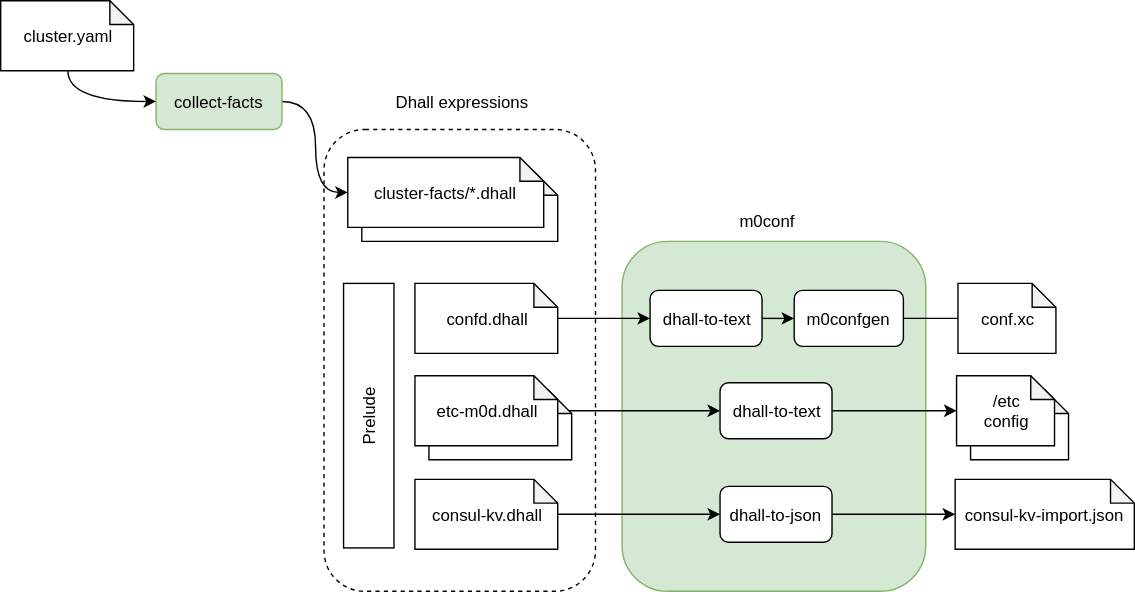
Earlier version of the draw.io export rfc/3/m0conf.svg (Seagate/cortx-hare). Source tidied: cells renumbered, new cells last; positions are measured from the earlier drawing's top-left corner, leaving out a move shared by most shapes. Source of this version:
```xml
<mxGraphModel>
  <root>
    <mxCell id="0" />
    <mxCell id="1" parent="0" />
    <mxCell id="2" value="/etc&lt;br&gt;config&lt;br&gt;" style="shape=note;whiteSpace=wrap;html=1;backgroundOutline=1;darkOpacity=0.05;size=17;" parent="1" vertex="1">
      <mxGeometry x="693" y="278" width="70" height="50" as="geometry" />
    </mxCell>
    <mxCell id="3" style="rounded=1;whiteSpace=wrap;html=1;fillColor=#d5e8d4;strokeColor=#82b366;" parent="1" vertex="1">
      <mxGeometry x="444" y="172" width="217" height="250" as="geometry" />
    </mxCell>
    <mxCell id="4" style="rounded=1;whiteSpace=wrap;html=1;dashed=1;" parent="1" vertex="1">
      <mxGeometry x="231" y="92" width="194" height="330" as="geometry" />
    </mxCell>
    <mxCell id="5" value="cluster-facts/*.dhall" style="shape=note;whiteSpace=wrap;html=1;backgroundOutline=1;darkOpacity=0.05;size=17;" parent="1" vertex="1">
      <mxGeometry x="258" y="122" width="140" height="50" as="geometry" />
    </mxCell>
    <mxCell id="6" value="cluster-facts/*.dhall" style="shape=note;whiteSpace=wrap;html=1;backgroundOutline=1;darkOpacity=0.05;size=17;" parent="1" vertex="1">
      <mxGeometry x="248" y="112" width="140" height="50" as="geometry" />
    </mxCell>
    <mxCell id="7" style="edgeStyle=orthogonalEdgeStyle;rounded=0;jettySize=auto;html=1;" parent="1" edge="1" source="8" target="13">
      <mxGeometry relative="1" as="geometry" />
    </mxCell>
    <mxCell id="8" value="confd.dhall" style="shape=note;whiteSpace=wrap;html=1;backgroundOutline=1;darkOpacity=0.05;size=17;" parent="1" vertex="1">
      <mxGeometry x="296" y="202" width="102" height="50" as="geometry" />
    </mxCell>
    <mxCell id="9" style="edgeStyle=orthogonalEdgeStyle;rounded=0;jettySize=auto;html=1;entryX=0;entryY=0.5;entryDx=0;entryDy=0;" parent="1" edge="1" source="30" target="27">
      <mxGeometry relative="1" as="geometry" />
    </mxCell>
    <mxCell id="10" style="edgeStyle=orthogonalEdgeStyle;curved=1;jettySize=auto;html=1;entryX=0;entryY=0.5;entryDx=0;entryDy=0;" parent="1" edge="1" source="11" target="28">
      <mxGeometry relative="1" as="geometry" />
    </mxCell>
    <mxCell id="11" value="consul-kv.dhall" style="shape=note;whiteSpace=wrap;html=1;backgroundOutline=1;darkOpacity=0.05;size=17;" parent="1" vertex="1">
      <mxGeometry x="296" y="342" width="102" height="50" as="geometry" />
    </mxCell>
    <mxCell id="12" style="edgeStyle=orthogonalEdgeStyle;rounded=0;jettySize=auto;html=1;exitX=1;exitY=0.5;exitDx=0;exitDy=0;entryX=0;entryY=0.5;entryDx=0;entryDy=0;" parent="1" edge="1" source="13" target="17">
      <mxGeometry relative="1" as="geometry" />
    </mxCell>
    <mxCell id="13" value="dhall-to-text" style="rounded=1;whiteSpace=wrap;html=1;" parent="1" vertex="1">
      <mxGeometry x="464" y="207" width="80" height="40" as="geometry" />
    </mxCell>
    <mxCell id="14" style="edgeStyle=orthogonalEdgeStyle;rounded=0;jettySize=auto;html=1;exitX=1;exitY=0.5;exitDx=0;exitDy=0;entryX=0;entryY=0.5;entryDx=0;entryDy=0;entryPerimeter=0;" parent="1" edge="1" source="27" target="25">
      <mxGeometry relative="1" as="geometry" />
    </mxCell>
    <mxCell id="15" style="edgeStyle=orthogonalEdgeStyle;rounded=0;jettySize=auto;html=1;exitX=1;exitY=0.5;exitDx=0;exitDy=0;entryX=0;entryY=0.5;entryDx=0;entryDy=0;entryPerimeter=0;" parent="1" edge="1" source="28" target="26">
      <mxGeometry relative="1" as="geometry" />
    </mxCell>
    <mxCell id="16" style="edgeStyle=orthogonalEdgeStyle;rounded=0;jettySize=auto;html=1;" parent="1" edge="1" source="17">
      <mxGeometry relative="1" as="geometry">
        <mxPoint x="738" y="227" as="targetPoint" />
      </mxGeometry>
    </mxCell>
    <mxCell id="17" value="m0confgen" style="rounded=1;whiteSpace=wrap;html=1;fontStyle=0;" parent="1" vertex="1">
      <mxGeometry x="567" y="207" width="78" height="40" as="geometry" />
    </mxCell>
    <mxCell id="18" style="edgeStyle=orthogonalEdgeStyle;curved=1;jettySize=auto;html=1;exitX=1;exitY=0.5;exitDx=0;exitDy=0;entryX=0;entryY=0.5;entryDx=0;entryDy=0;entryPerimeter=0;" parent="1" edge="1" source="19" target="6">
      <mxGeometry relative="1" as="geometry" />
    </mxCell>
    <mxCell id="19" value="collect-facts" style="rounded=1;whiteSpace=wrap;html=1;fillColor=#d5e8d4;strokeColor=#82b366;fontStyle=0;" parent="1" vertex="1">
      <mxGeometry x="111" y="52" width="90" height="40" as="geometry" />
    </mxCell>
    <mxCell id="20" style="edgeStyle=orthogonalEdgeStyle;jettySize=auto;html=1;exitX=0.5;exitY=1;exitDx=0;exitDy=0;exitPerimeter=0;entryX=0;entryY=0.5;entryDx=0;entryDy=0;curved=1;" parent="1" edge="1" source="21" target="19">
      <mxGeometry relative="1" as="geometry" />
    </mxCell>
    <mxCell id="21" value="cluster.yaml" style="shape=note;whiteSpace=wrap;html=1;backgroundOutline=1;darkOpacity=0.05;size=17;" parent="1" vertex="1">
      <mxGeometry width="95" height="50" as="geometry" />
    </mxCell>
    <mxCell id="22" value="m0conf" style="text;html=1;strokeColor=none;fillColor=none;align=center;verticalAlign=middle;whiteSpace=wrap;rounded=0;fontStyle=0;" parent="1" vertex="1">
      <mxGeometry x="528" y="147" width="40" height="20" as="geometry" />
    </mxCell>
    <mxCell id="23" value="Dhall expressions" style="text;html=1;strokeColor=none;fillColor=none;align=center;verticalAlign=middle;whiteSpace=wrap;rounded=0;" parent="1" vertex="1">
      <mxGeometry x="276" y="62" width="106" height="20" as="geometry" />
    </mxCell>
    <mxCell id="24" value="conf.xc" style="shape=note;whiteSpace=wrap;html=1;backgroundOutline=1;darkOpacity=0.05;size=17;" parent="1" vertex="1">
      <mxGeometry x="684" y="202" width="70" height="50" as="geometry" />
    </mxCell>
    <mxCell id="25" value="/etc&lt;br&gt;config&lt;br&gt;" style="shape=note;whiteSpace=wrap;html=1;backgroundOutline=1;darkOpacity=0.05;size=17;" parent="1" vertex="1">
      <mxGeometry x="683" y="268" width="70" height="50" as="geometry" />
    </mxCell>
    <mxCell id="26" value="consul-kv-import.json" style="shape=note;whiteSpace=wrap;html=1;backgroundOutline=1;darkOpacity=0.05;size=17;" parent="1" vertex="1">
      <mxGeometry x="682" y="342" width="128" height="50" as="geometry" />
    </mxCell>
    <mxCell id="27" value="dhall-to-text" style="rounded=1;whiteSpace=wrap;html=1;" parent="1" vertex="1">
      <mxGeometry x="514" y="273" width="80" height="40" as="geometry" />
    </mxCell>
    <mxCell id="28" value="dhall-to-json" style="rounded=1;whiteSpace=wrap;html=1;" parent="1" vertex="1">
      <mxGeometry x="514" y="347" width="80" height="40" as="geometry" />
    </mxCell>
    <mxCell id="29" value="etc-m0d.dhall" style="shape=note;whiteSpace=wrap;html=1;backgroundOutline=1;darkOpacity=0.05;size=17;" parent="1" vertex="1">
      <mxGeometry x="306" y="278" width="102" height="50" as="geometry" />
    </mxCell>
    <mxCell id="30" value="etc-m0d.dhall" style="shape=note;whiteSpace=wrap;html=1;backgroundOutline=1;darkOpacity=0.05;size=17;" parent="1" vertex="1">
      <mxGeometry x="296" y="268" width="102" height="50" as="geometry" />
    </mxCell>
    <mxCell id="31" style="rounded=0;whiteSpace=wrap;html=1;" parent="1" vertex="1">
      <mxGeometry x="245" y="202" width="36" height="189" as="geometry" />
    </mxCell>
    <mxCell id="32" value="Prelude" style="text;html=1;strokeColor=none;fillColor=none;align=center;verticalAlign=middle;whiteSpace=wrap;rounded=0;rotation=-90;" parent="1" vertex="1">
      <mxGeometry x="243" y="287" width="40" height="20" as="geometry" />
    </mxCell>
  </root>
</mxGraphModel>
```
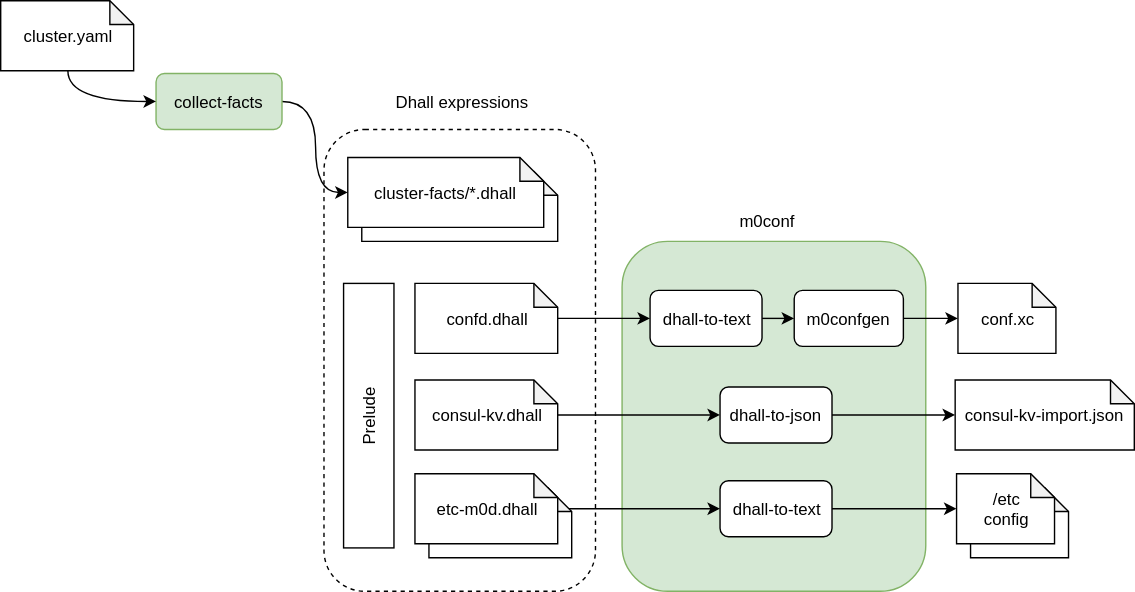
The same diagram one commit later.

Diff of the diagram source:
```diff
@@ -3,7 +3,7 @@
     <mxCell id="0" />
     <mxCell id="1" parent="0" />
     <mxCell id="2" value="/etc&lt;br&gt;config&lt;br&gt;" style="shape=note;whiteSpace=wrap;html=1;backgroundOutline=1;darkOpacity=0.05;size=17;" parent="1" vertex="1">
-      <mxGeometry x="693" y="278" width="70" height="50" as="geometry" />
+      <mxGeometry x="693" y="348" width="70" height="50" as="geometry" />
     </mxCell>
     <mxCell id="3" style="rounded=1;whiteSpace=wrap;html=1;fillColor=#d5e8d4;strokeColor=#82b366;" parent="1" vertex="1">
       <mxGeometry x="444" y="172" width="217" height="250" as="geometry" />
@@ -30,7 +30,7 @@
       <mxGeometry relative="1" as="geometry" />
     </mxCell>
     <mxCell id="11" value="consul-kv.dhall" style="shape=note;whiteSpace=wrap;html=1;backgroundOutline=1;darkOpacity=0.05;size=17;" parent="1" vertex="1">
-      <mxGeometry x="296" y="342" width="102" height="50" as="geometry" />
+      <mxGeometry x="296" y="271" width="102" height="50" as="geometry" />
     </mxCell>
     <mxCell id="12" style="edgeStyle=orthogonalEdgeStyle;rounded=0;jettySize=auto;html=1;exitX=1;exitY=0.5;exitDx=0;exitDy=0;entryX=0;entryY=0.5;entryDx=0;entryDy=0;" parent="1" edge="1" source="13" target="17">
       <mxGeometry relative="1" as="geometry" />
@@ -44,10 +44,8 @@
     <mxCell id="15" style="edgeStyle=orthogonalEdgeStyle;rounded=0;jettySize=auto;html=1;exitX=1;exitY=0.5;exitDx=0;exitDy=0;entryX=0;entryY=0.5;entryDx=0;entryDy=0;entryPerimeter=0;" parent="1" edge="1" source="28" target="26">
       <mxGeometry relative="1" as="geometry" />
     </mxCell>
-    <mxCell id="16" style="edgeStyle=orthogonalEdgeStyle;rounded=0;jettySize=auto;html=1;" parent="1" edge="1" source="17">
-      <mxGeometry relative="1" as="geometry">
-        <mxPoint x="738" y="227" as="targetPoint" />
-      </mxGeometry>
+    <mxCell id="16" style="edgeStyle=orthogonalEdgeStyle;rounded=0;jettySize=auto;html=1;entryX=0;entryY=0.5;entryDx=0;entryDy=0;entryPerimeter=0;" parent="1" edge="1" source="17" target="24">
+      <mxGeometry relative="1" as="geometry" />
     </mxCell>
     <mxCell id="17" value="m0confgen" style="rounded=1;whiteSpace=wrap;html=1;fontStyle=0;" parent="1" vertex="1">
       <mxGeometry x="567" y="207" width="78" height="40" as="geometry" />
@@ -74,22 +72,22 @@
       <mxGeometry x="684" y="202" width="70" height="50" as="geometry" />
     </mxCell>
     <mxCell id="25" value="/etc&lt;br&gt;config&lt;br&gt;" style="shape=note;whiteSpace=wrap;html=1;backgroundOutline=1;darkOpacity=0.05;size=17;" parent="1" vertex="1">
-      <mxGeometry x="683" y="268" width="70" height="50" as="geometry" />
+      <mxGeometry x="683" y="338" width="70" height="50" as="geometry" />
     </mxCell>
     <mxCell id="26" value="consul-kv-import.json" style="shape=note;whiteSpace=wrap;html=1;backgroundOutline=1;darkOpacity=0.05;size=17;" parent="1" vertex="1">
-      <mxGeometry x="682" y="342" width="128" height="50" as="geometry" />
+      <mxGeometry x="682" y="271" width="128" height="50" as="geometry" />
     </mxCell>
     <mxCell id="27" value="dhall-to-text" style="rounded=1;whiteSpace=wrap;html=1;" parent="1" vertex="1">
-      <mxGeometry x="514" y="273" width="80" height="40" as="geometry" />
+      <mxGeometry x="514" y="343" width="80" height="40" as="geometry" />
     </mxCell>
     <mxCell id="28" value="dhall-to-json" style="rounded=1;whiteSpace=wrap;html=1;" parent="1" vertex="1">
-      <mxGeometry x="514" y="347" width="80" height="40" as="geometry" />
+      <mxGeometry x="514" y="276" width="80" height="40" as="geometry" />
     </mxCell>
     <mxCell id="29" value="etc-m0d.dhall" style="shape=note;whiteSpace=wrap;html=1;backgroundOutline=1;darkOpacity=0.05;size=17;" parent="1" vertex="1">
-      <mxGeometry x="306" y="278" width="102" height="50" as="geometry" />
+      <mxGeometry x="306" y="348" width="102" height="50" as="geometry" />
     </mxCell>
     <mxCell id="30" value="etc-m0d.dhall" style="shape=note;whiteSpace=wrap;html=1;backgroundOutline=1;darkOpacity=0.05;size=17;" parent="1" vertex="1">
-      <mxGeometry x="296" y="268" width="102" height="50" as="geometry" />
+      <mxGeometry x="296" y="338" width="102" height="50" as="geometry" />
     </mxCell>
     <mxCell id="31" style="rounded=0;whiteSpace=wrap;html=1;" parent="1" vertex="1">
       <mxGeometry x="245" y="202" width="36" height="189" as="geometry" />
```
